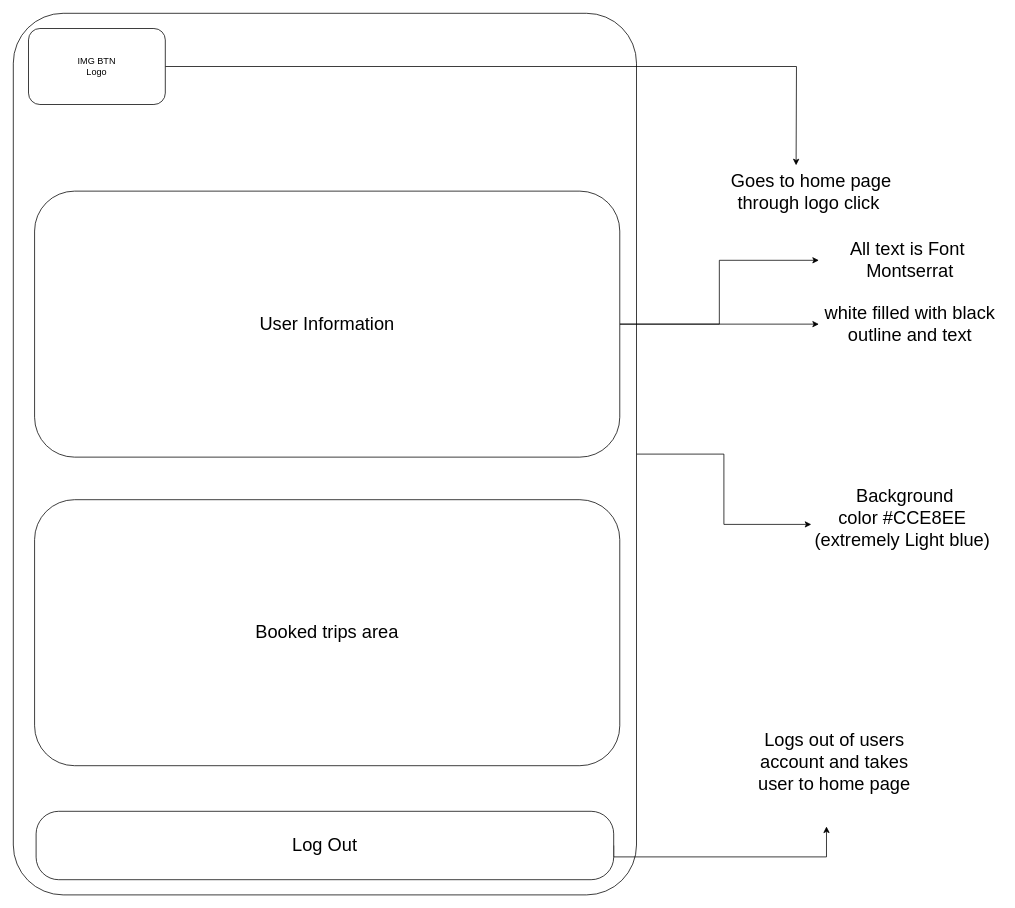
BarryHennett/ISCG7424_MobileAssignment keeps this draw.io diagram as Wireframes/UserProfileMBAPP.drawio. Above is the earlier version. Source tidied: cells renumbered, new cells numbered last; positions are measured from the earlier drawing's top-left corner, leaving out a move shared by most shapes. Both pictures are drawn from the tidied source at 76%, with x=0, y=0 at pixel (13, 13).
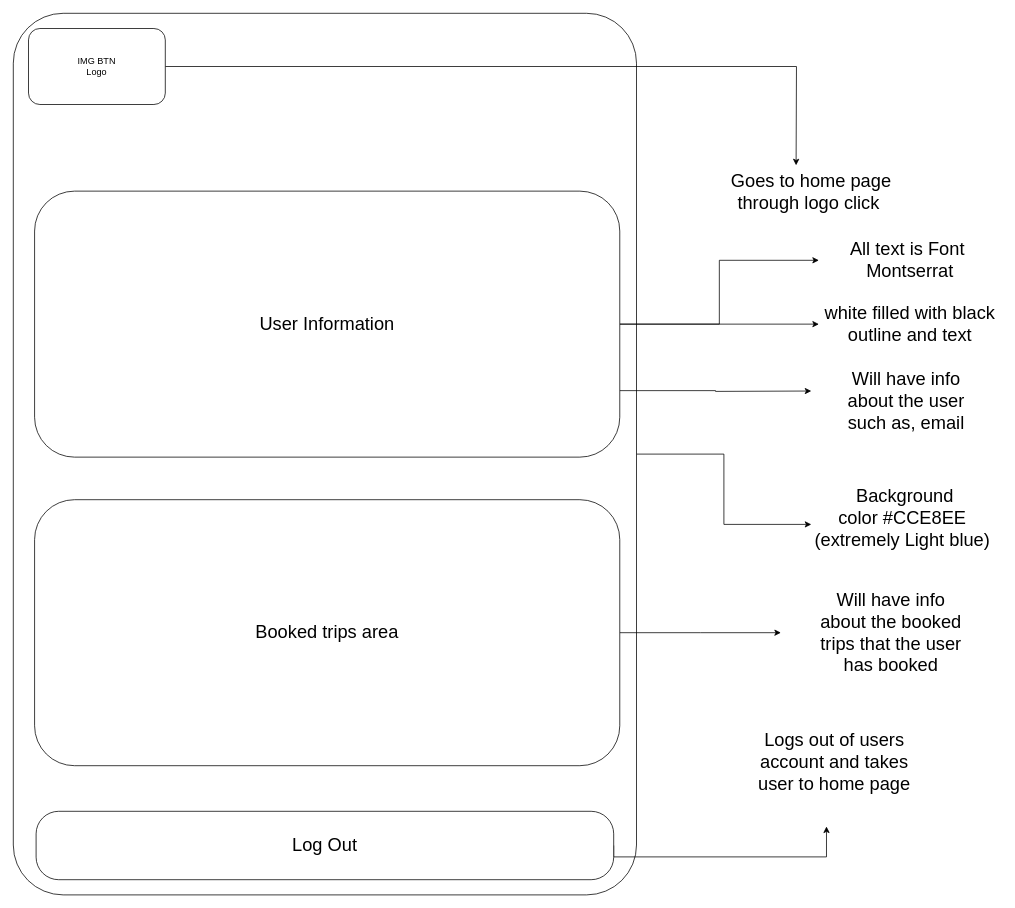
After the change.

The change refers to these unchanged cells:
```xml
<mxCell id="6" value="Booked trips area" style="rounded=1;whiteSpace=wrap;html=1;fontSize=24;" parent="1" vertex="1">
  <mxGeometry x="28" y="640" width="770" height="350" as="geometry" />
</mxCell>
<mxCell id="9" value="User Information" style="rounded=1;whiteSpace=wrap;html=1;fontSize=24;" parent="1" vertex="1">
  <mxGeometry x="28" y="234" width="770" height="350" as="geometry" />
</mxCell>
```

Diff of the diagram source:
```diff
@@
+    <mxCell id="17" style="edgeStyle=orthogonalEdgeStyle;rounded=0;jettySize=auto;html=1;exitX=1;exitY=0.5;exitDx=0;exitDy=0;" parent="1" edge="1" source="6">
+      <mxGeometry relative="1" as="geometry">
+        <mxPoint x="1010" y="815" as="targetPoint" />
+      </mxGeometry>
+    </mxCell>
@@
+    <mxCell id="18" style="edgeStyle=orthogonalEdgeStyle;rounded=0;jettySize=auto;html=1;exitX=1;exitY=0.75;exitDx=0;exitDy=0;" parent="1" edge="1" source="9">
+      <mxGeometry relative="1" as="geometry">
+        <mxPoint x="1050" y="497" as="targetPoint" />
+      </mxGeometry>
+    </mxCell>
@@
+    <mxCell id="19" value="Will have info about the booked trips that the user has booked" style="text;html=1;align=center;verticalAlign=middle;whiteSpace=wrap;rounded=0;fontSize=24;" parent="1" vertex="1">
+      <mxGeometry x="1050" y="765" width="210" height="100" as="geometry" />
+    </mxCell>
+    <mxCell id="20" value="Will have info about the user such as, email" style="text;html=1;align=center;verticalAlign=middle;whiteSpace=wrap;rounded=0;fontSize=24;" parent="1" vertex="1">
+      <mxGeometry x="1070" y="460" width="210" height="100" as="geometry" />
+    </mxCell>
```
